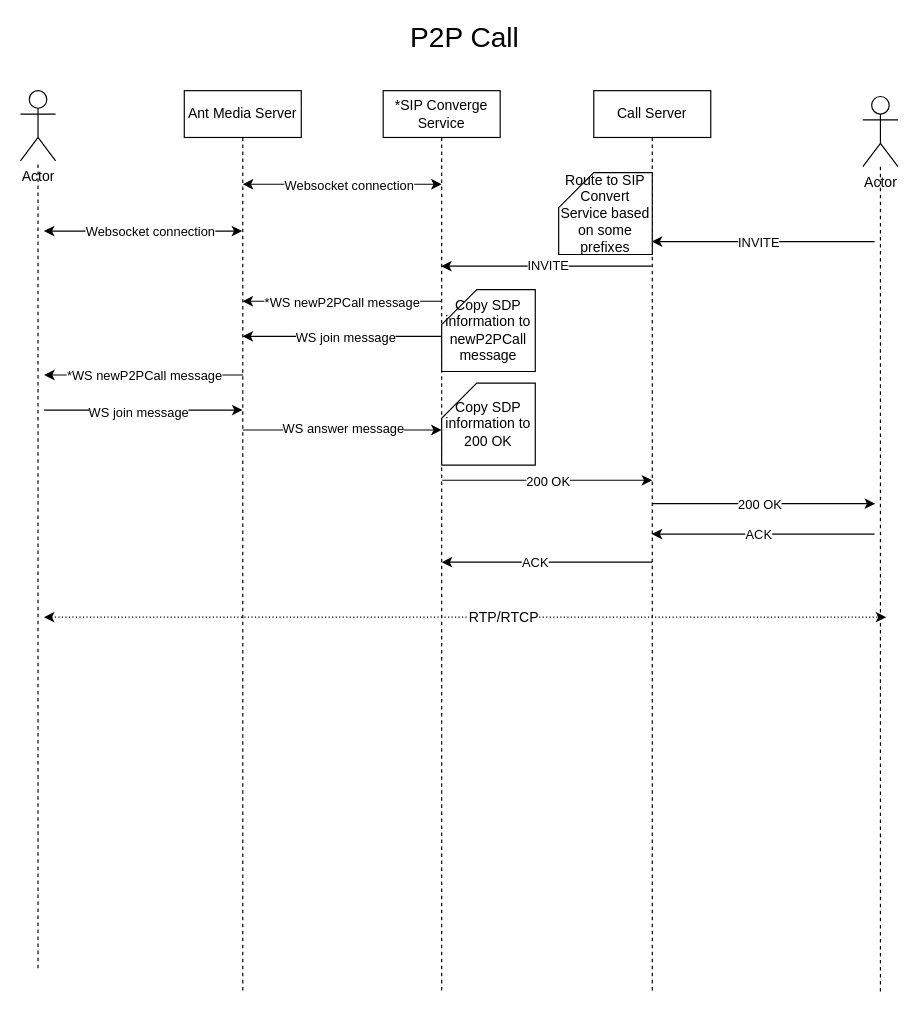
sezerdulger/drawio keeps this draw.io diagram as page "P2PCall" (2 of 4) of callcenter-int/Başlıksız Diyagram.drawio. Above is the earlier version. Source tidied: cells renumbered, new cells numbered last; positions are measured from the earlier drawing's top-left corner, leaving out a move shared by most shapes. Both pictures are drawn from the tidied source at 117%, with x=0, y=0 at pixel (20, 20).
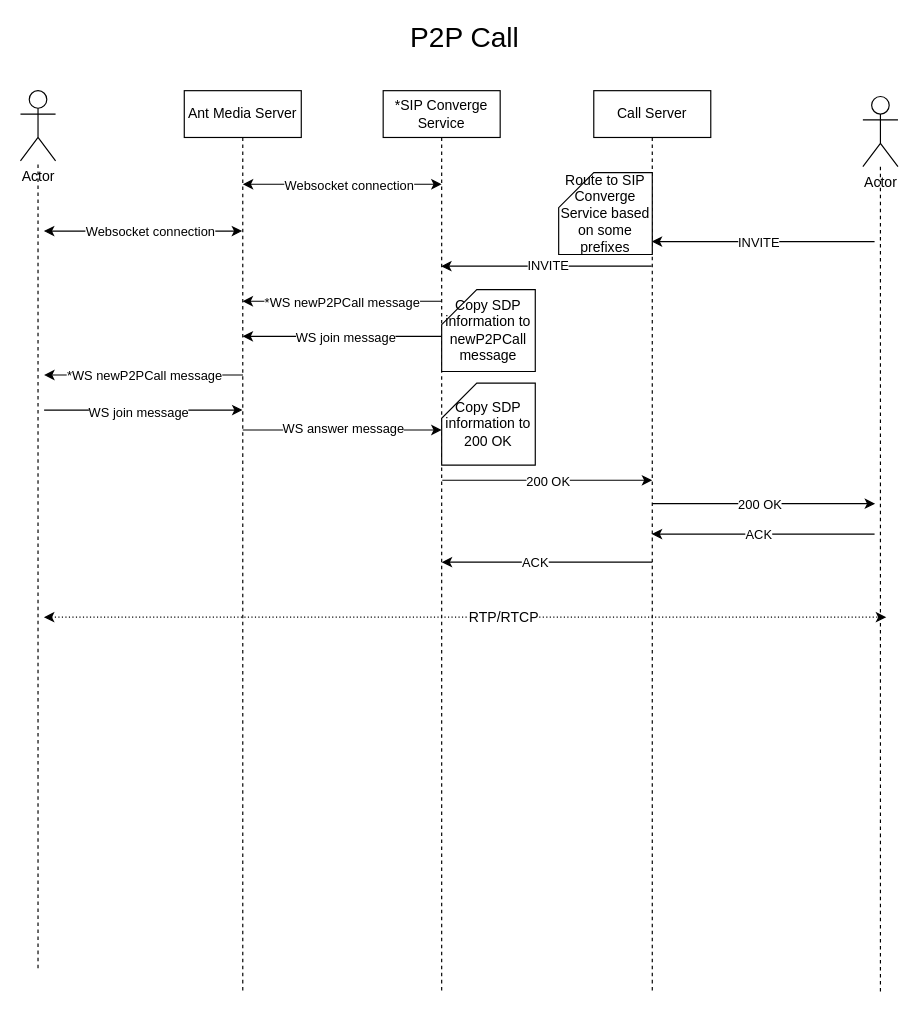
Above is the later version.

The edit, as a diff of the source:
```diff
@@
-    <mxCell id="13" value="Route to SIP Convert Service based on some prefixes" style="shape=card;whiteSpace=wrap;html=1;" parent="1" vertex="1">
+    <mxCell id="13" value="Route to SIP Converge Service based on some prefixes" style="shape=card;whiteSpace=wrap;html=1;" parent="1" vertex="1">
       <mxGeometry x="460" y="130" width="80" height="70" as="geometry" />
     </mxCell>
```
